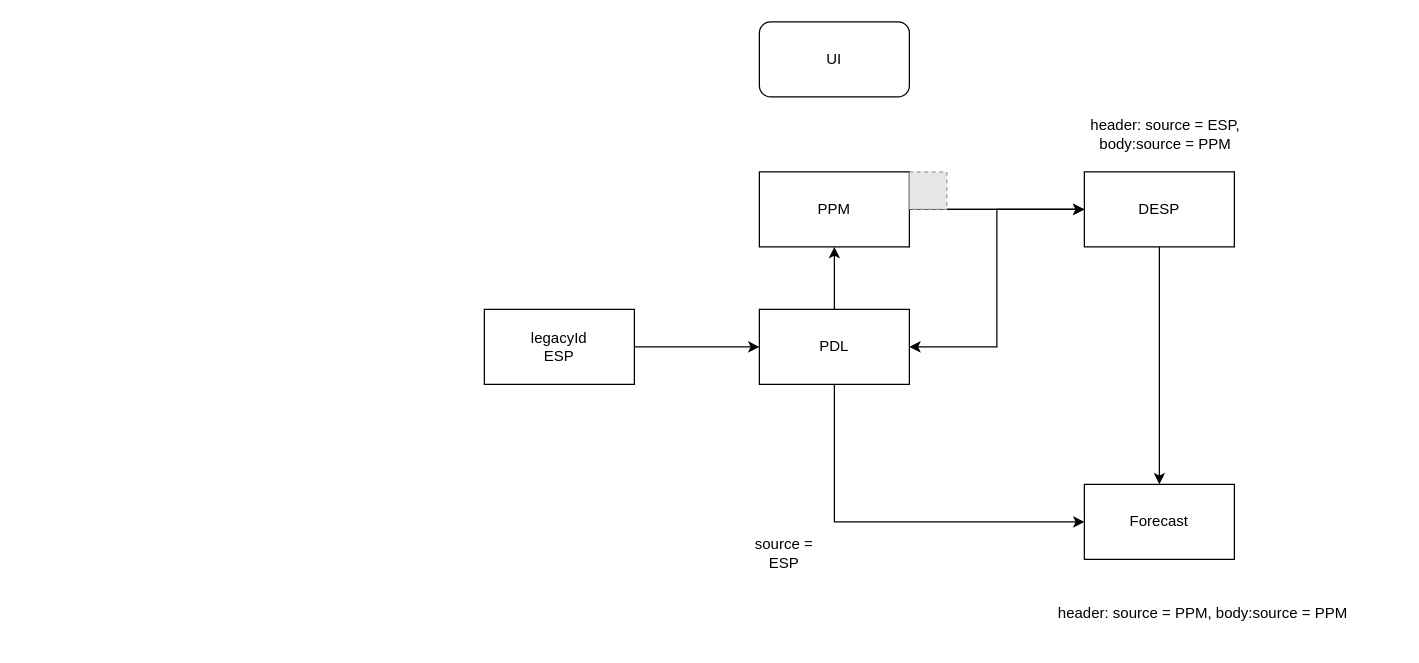
The draw.io diagram page "Page-13" (13 of 13) of kroger.drawio in aayush-tuladhar-kr/drawio, before the edit. Source tidied: cells renumbered, new cells numbered last; positions are measured from the earlier drawing's top-left corner, leaving out a move shared by most shapes. Both pictures are drawn from the tidied source at 125%, with x=0, y=0 at pixel (484, 21). Pictures stored in the file or linked from it are replaced by grey dashed boxes.
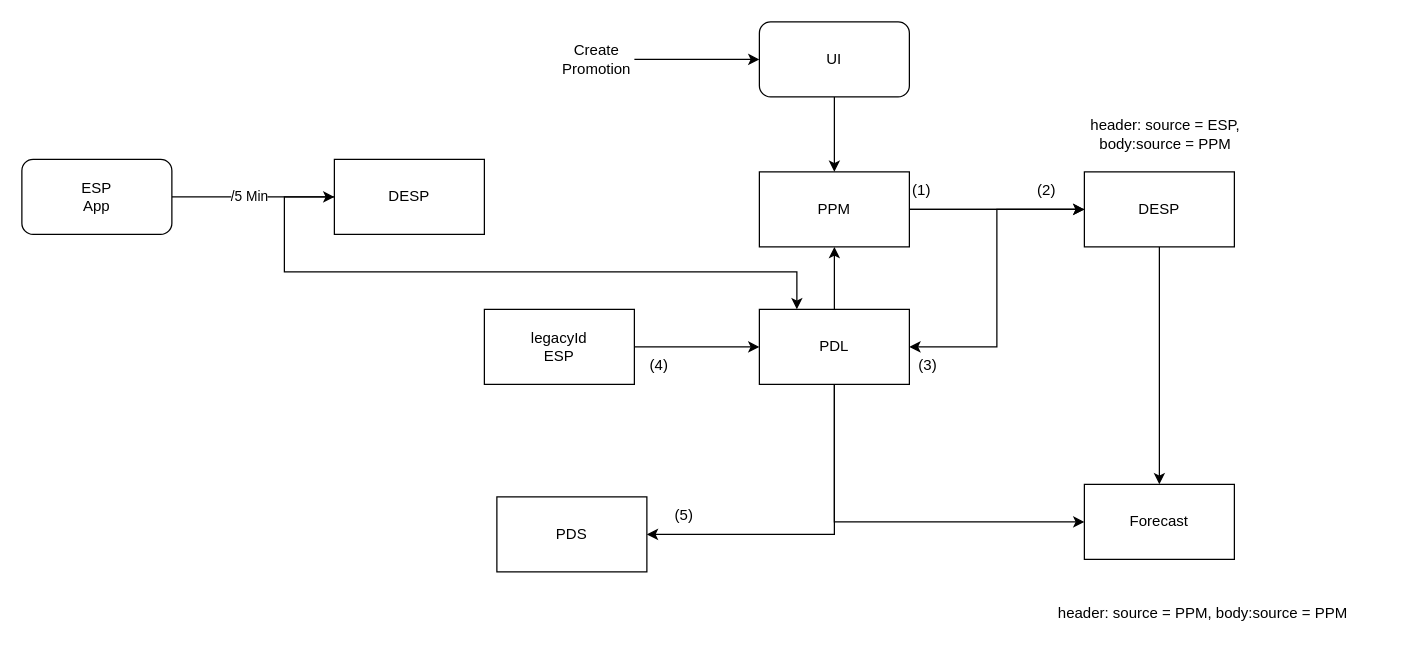
Above is the later version.

Unchanged cells that the change refers to:
```xml
<mxCell id="4" value="PPM" style="rounded=0;whiteSpace=wrap;html=1;" parent="1" vertex="1">
  <mxGeometry x="220" y="120" width="120" height="60" as="geometry" />
</mxCell>
<mxCell id="11" value="PDL" style="rounded=0;whiteSpace=wrap;html=1;" parent="1" vertex="1">
  <mxGeometry x="220" y="230" width="120" height="60" as="geometry" />
</mxCell>
<mxCell id="16" value="UI" style="rounded=1;whiteSpace=wrap;html=1;" parent="1" vertex="1">
  <mxGeometry x="220" width="120" height="60" as="geometry" />
</mxCell>
```

Change to the diagram source:
```diff
@@
-    <mxCell id="15" style="fillColor=#E6E6E6;strokeColor=#999999;dashed=1;html=1;verticalAlign=top;verticalLabelPosition=bottom;labelBackgroundColor=#ffffff;" parent="1" vertex="1">
-      <mxGeometry x="340" y="120" width="30" height="30" as="geometry" />
-    </mxCell>
+    <mxCell id="19" style="edgeStyle=orthogonalEdgeStyle;rounded=0;jettySize=auto;html=1;entryX=0.5;entryY=0;entryDx=0;entryDy=0;" parent="1" edge="1" source="16" target="4">
+      <mxGeometry relative="1" as="geometry" />
+    </mxCell>
@@
-    <mxCell id="18" value="source = ESP" style="text;html=1;align=center;verticalAlign=middle;whiteSpace=wrap;rounded=0;" parent="1" vertex="1">
-      <mxGeometry x="210" y="410" width="60" height="30" as="geometry" />
-    </mxCell>
+    <mxCell id="20" style="edgeStyle=orthogonalEdgeStyle;rounded=0;jettySize=auto;html=1;entryX=0;entryY=0.5;entryDx=0;entryDy=0;" parent="1" edge="1" source="21" target="16">
+      <mxGeometry relative="1" as="geometry" />
+    </mxCell>
+    <mxCell id="21" value="Create Promotion" style="text;html=1;align=center;verticalAlign=middle;whiteSpace=wrap;rounded=0;" parent="1" vertex="1">
+      <mxGeometry x="60" y="15" width="60" height="30" as="geometry" />
+    </mxCell>
+    <mxCell id="22" value="(2)" style="text;html=1;align=center;verticalAlign=middle;whiteSpace=wrap;rounded=0;" parent="1" vertex="1">
+      <mxGeometry x="420" y="120" width="60" height="30" as="geometry" />
+    </mxCell>
+    <mxCell id="23" value="(3)" style="text;html=1;align=center;verticalAlign=middle;whiteSpace=wrap;rounded=0;" parent="1" vertex="1">
+      <mxGeometry x="325" y="260" width="60" height="30" as="geometry" />
+    </mxCell>
+    <mxCell id="24" value="(4)" style="text;html=1;align=center;verticalAlign=middle;whiteSpace=wrap;rounded=0;" parent="1" vertex="1">
+      <mxGeometry x="110" y="260" width="60" height="30" as="geometry" />
+    </mxCell>
+    <mxCell id="25" style="edgeStyle=orthogonalEdgeStyle;rounded=0;jettySize=auto;html=1;exitX=0.5;exitY=1;exitDx=0;exitDy=0;entryX=1;entryY=0.5;entryDx=0;entryDy=0;" parent="1" edge="1" source="11" target="27">
+      <mxGeometry relative="1" as="geometry">
+        <Array as="points">
+          <mxPoint x="280" y="410" />
+        </Array>
+      </mxGeometry>
+    </mxCell>
+    <mxCell id="26" value="(5)" style="text;html=1;align=center;verticalAlign=middle;whiteSpace=wrap;rounded=0;" parent="1" vertex="1">
+      <mxGeometry x="130" y="380" width="60" height="30" as="geometry" />
+    </mxCell>
+    <mxCell id="27" value="PDS" style="rounded=0;whiteSpace=wrap;html=1;" parent="1" vertex="1">
+      <mxGeometry x="10" y="380" width="120" height="60" as="geometry" />
+    </mxCell>
+    <mxCell id="28" value="(1)" style="text;html=1;align=center;verticalAlign=middle;whiteSpace=wrap;rounded=0;" parent="1" vertex="1">
+      <mxGeometry x="320" y="120" width="60" height="30" as="geometry" />
+    </mxCell>
+    <mxCell id="29" style="edgeStyle=orthogonalEdgeStyle;rounded=0;jettySize=auto;html=1;entryX=0;entryY=0.5;entryDx=0;entryDy=0;" parent="1" edge="1" source="31" target="33">
+      <mxGeometry relative="1" as="geometry" />
+    </mxCell>
+    <mxCell id="30" value="/5 Min" style="edgeLabel;html=1;align=center;verticalAlign=middle;" parent="29" vertex="1">
+      <mxGeometry x="-0.06" y="1" relative="1" as="geometry" />
+    </mxCell>
+    <mxCell id="31" value="ESP&lt;br&gt;App" style="rounded=1;whiteSpace=wrap;html=1;" parent="1" vertex="1">
+      <mxGeometry x="-370" y="110" width="120" height="60" as="geometry" />
+    </mxCell>
+    <mxCell id="32" style="edgeStyle=orthogonalEdgeStyle;rounded=0;jettySize=auto;html=1;entryX=0.25;entryY=0;entryDx=0;entryDy=0;" parent="1" edge="1" source="33" target="11">
+      <mxGeometry relative="1" as="geometry">
+        <Array as="points">
+          <mxPoint x="-160" y="200" />
+          <mxPoint x="250" y="200" />
+        </Array>
+      </mxGeometry>
+    </mxCell>
+    <mxCell id="33" value="DESP" style="rounded=0;whiteSpace=wrap;html=1;" parent="1" vertex="1">
+      <mxGeometry x="-120" y="110" width="120" height="60" as="geometry" />
+    </mxCell>
```
